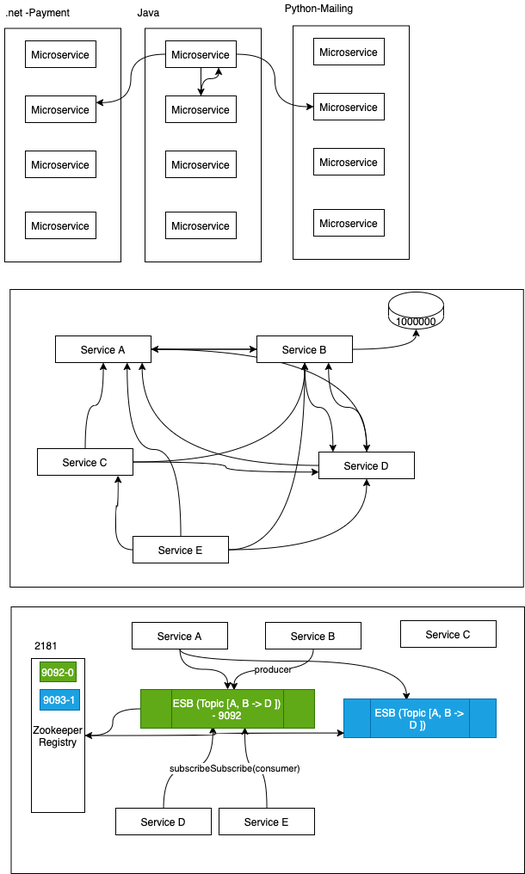
Earlier version of the draw.io export images/22-kafka-selenium.drawio.png (adithnaveen/sapient-freshers-2021-jun-asde). Source tidied: cells renumbered, new cells last; positions are measured from the earlier drawing's top-left corner, leaving out a move shared by most shapes.
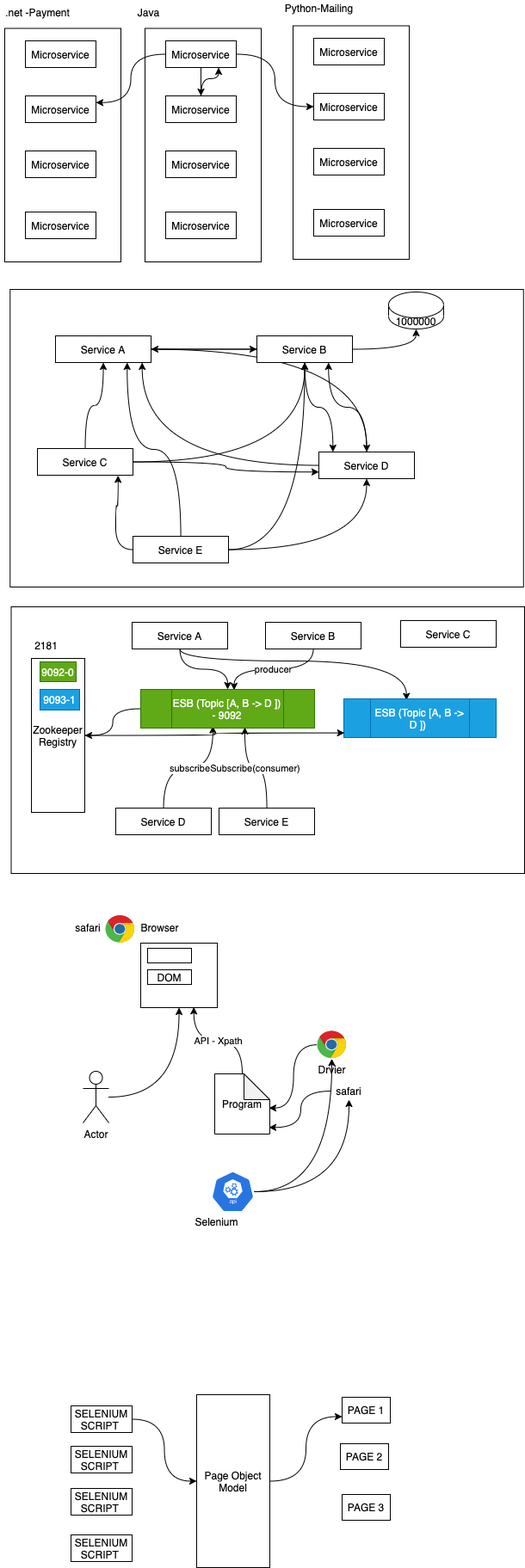
After the commit.

Change to the diagram source:
```diff
@@ -195,5 +195,89 @@
     <mxCell id="63" value="2181" style="text;html=1;align=center;verticalAlign=middle;strokeColor=none;" parent="1" vertex="1">
       <mxGeometry x="34" y="741" width="37" height="18" as="geometry" />
     </mxCell>
+    <mxCell id="64" style="rounded=0;whiteSpace=wrap;html=1;" parent="1" vertex="1">
+      <mxGeometry x="163" y="1096" width="89" height="75" as="geometry" />
+    </mxCell>
+    <mxCell id="65" value="Browser" style="text;html=1;align=center;verticalAlign=middle;strokeColor=none;" parent="1" vertex="1">
+      <mxGeometry x="158" y="1069" width="54" height="18" as="geometry" />
+    </mxCell>
+    <mxCell id="66" style="edgeStyle=orthogonalEdgeStyle;curved=1;rounded=0;jettySize=auto;html=1;" parent="1" edge="1" source="67" target="64">
+      <mxGeometry relative="1" as="geometry" />
+    </mxCell>
+    <mxCell id="67" value="Actor" style="shape=umlActor;verticalLabelPosition=bottom;verticalAlign=top;html=1;outlineConnect=0;" parent="1" vertex="1">
+      <mxGeometry x="96" y="1245" width="30" height="60" as="geometry" />
+    </mxCell>
+    <mxCell id="68" style="rounded=0;whiteSpace=wrap;html=1;" parent="1" vertex="1">
+      <mxGeometry x="171" y="1102" width="51" height="17" as="geometry" />
+    </mxCell>
+    <mxCell id="69" value="DOM" style="rounded=0;whiteSpace=wrap;html=1;" parent="1" vertex="1">
+      <mxGeometry x="171" y="1127" width="51" height="17" as="geometry" />
+    </mxCell>
+    <mxCell id="70" value="API - Xpath" style="edgeStyle=orthogonalEdgeStyle;curved=1;rounded=0;jettySize=auto;html=1;entryX=0.693;entryY=0.991;entryDx=0;entryDy=0;entryPerimeter=0;" parent="1" edge="1" source="71" target="64">
+      <mxGeometry relative="1" as="geometry" />
+    </mxCell>
+    <mxCell id="71" value="Program" style="shape=note;whiteSpace=wrap;html=1;backgroundOutline=1;darkOpacity=0.05;" parent="1" vertex="1">
+      <mxGeometry x="249" y="1248" width="64" height="70" as="geometry" />
+    </mxCell>
+    <mxCell id="72" style="edgeStyle=orthogonalEdgeStyle;curved=1;rounded=0;jettySize=auto;html=1;entryX=0.984;entryY=0.567;entryDx=0;entryDy=0;entryPerimeter=0;" parent="1" edge="1" source="73" target="71">
+      <mxGeometry relative="1" as="geometry" />
+    </mxCell>
+    <mxCell id="73" value="Drvier" style="dashed=0;outlineConnect=0;html=1;align=center;labelPosition=center;verticalLabelPosition=bottom;verticalAlign=top;shape=mxgraph.weblogos.chrome;" parent="1" vertex="1">
+      <mxGeometry x="368" y="1198" width="34" height="32.4" as="geometry" />
+    </mxCell>
+    <mxCell id="74" style="dashed=0;html=1;align=center;labelPosition=center;verticalLabelPosition=bottom;verticalAlign=top;shape=mxgraph.weblogos.chrome;" parent="1" vertex="1">
+      <mxGeometry x="122" y="1063.6" width="34" height="32.4" as="geometry" />
+    </mxCell>
+    <mxCell id="75" style="edgeStyle=orthogonalEdgeStyle;curved=1;rounded=0;jettySize=auto;html=1;entryX=0.984;entryY=0.89;entryDx=0;entryDy=0;entryPerimeter=0;" parent="1" edge="1" source="76" target="71">
+      <mxGeometry relative="1" as="geometry" />
+    </mxCell>
+    <mxCell id="76" value="safari" style="text;html=1;strokeColor=none;fillColor=none;align=center;verticalAlign=middle;whiteSpace=wrap;rounded=0;" parent="1" vertex="1">
+      <mxGeometry x="385" y="1258" width="40" height="20" as="geometry" />
+    </mxCell>
+    <mxCell id="77" value="safari" style="text;html=1;strokeColor=none;fillColor=none;align=center;verticalAlign=middle;whiteSpace=wrap;rounded=0;" parent="1" vertex="1">
+      <mxGeometry x="82" y="1068" width="40" height="20" as="geometry" />
+    </mxCell>
+    <mxCell id="78" style="edgeStyle=orthogonalEdgeStyle;curved=1;rounded=0;jettySize=auto;html=1;" parent="1" edge="1" source="80" target="76">
+      <mxGeometry relative="1" as="geometry" />
+    </mxCell>
+    <mxCell id="79" style="edgeStyle=orthogonalEdgeStyle;curved=1;rounded=0;jettySize=auto;html=1;" parent="1" edge="1" source="80" target="73">
+      <mxGeometry relative="1" as="geometry" />
+    </mxCell>
+    <mxCell id="80" style="html=1;dashed=0;whitespace=wrap;fillColor=#2875E2;strokeColor=#ffffff;points=[[0.005,0.63,0],[0.1,0.2,0],[0.9,0.2,0],[0.5,0,0],[0.995,0.63,0],[0.72,0.99,0],[0.5,1,0],[0.28,0.99,0]];shape=mxgraph.kubernetes.icon;prIcon=api;" parent="1" vertex="1">
+      <mxGeometry x="245" y="1361" width="50" height="48" as="geometry" />
+    </mxCell>
+    <mxCell id="81" value="Selenium" style="text;html=1;align=center;verticalAlign=middle;strokeColor=none;" parent="1" vertex="1">
+      <mxGeometry x="221" y="1411" width="60" height="18" as="geometry" />
+    </mxCell>
+    <mxCell id="82" value="PAGE 1" style="rounded=0;whiteSpace=wrap;html=1;" parent="1" vertex="1">
+      <mxGeometry x="397" y="1624" width="56" height="30" as="geometry" />
+    </mxCell>
+    <mxCell id="83" value="PAGE 2" style="rounded=0;whiteSpace=wrap;html=1;" parent="1" vertex="1">
+      <mxGeometry x="395" y="1678" width="56" height="30" as="geometry" />
+    </mxCell>
+    <mxCell id="84" value="PAGE 3" style="rounded=0;whiteSpace=wrap;html=1;" parent="1" vertex="1">
+      <mxGeometry x="397" y="1737" width="56" height="30" as="geometry" />
+    </mxCell>
+    <mxCell id="85" style="edgeStyle=orthogonalEdgeStyle;curved=1;rounded=0;jettySize=auto;html=1;entryX=0;entryY=0.5;entryDx=0;entryDy=0;" parent="1" edge="1" source="86" target="91">
+      <mxGeometry relative="1" as="geometry" />
+    </mxCell>
+    <mxCell id="86" value="SELENIUM SCRIPT&amp;nbsp;" style="rounded=0;whiteSpace=wrap;html=1;" parent="1" vertex="1">
+      <mxGeometry x="82" y="1634" width="71" height="31" as="geometry" />
+    </mxCell>
+    <mxCell id="87" value="SELENIUM SCRIPT&amp;nbsp;" style="rounded=0;whiteSpace=wrap;html=1;" parent="1" vertex="1">
+      <mxGeometry x="82" y="1681" width="71" height="31" as="geometry" />
+    </mxCell>
+    <mxCell id="88" value="SELENIUM SCRIPT&amp;nbsp;" style="rounded=0;whiteSpace=wrap;html=1;" parent="1" vertex="1">
+      <mxGeometry x="82" y="1730" width="71" height="31" as="geometry" />
+    </mxCell>
+    <mxCell id="89" value="SELENIUM SCRIPT&amp;nbsp;" style="rounded=0;whiteSpace=wrap;html=1;" parent="1" vertex="1">
+      <mxGeometry x="82" y="1784" width="71" height="31" as="geometry" />
+    </mxCell>
+    <mxCell id="90" style="edgeStyle=orthogonalEdgeStyle;curved=1;rounded=0;jettySize=auto;html=1;entryX=0;entryY=0.75;entryDx=0;entryDy=0;" parent="1" edge="1" source="91" target="82">
+      <mxGeometry relative="1" as="geometry" />
+    </mxCell>
+    <mxCell id="91" value="Page Object Model" style="rounded=0;whiteSpace=wrap;html=1;" parent="1" vertex="1">
+      <mxGeometry x="228" y="1621" width="85" height="201" as="geometry" />
+    </mxCell>
   </root>
 </mxGraphModel>
```
